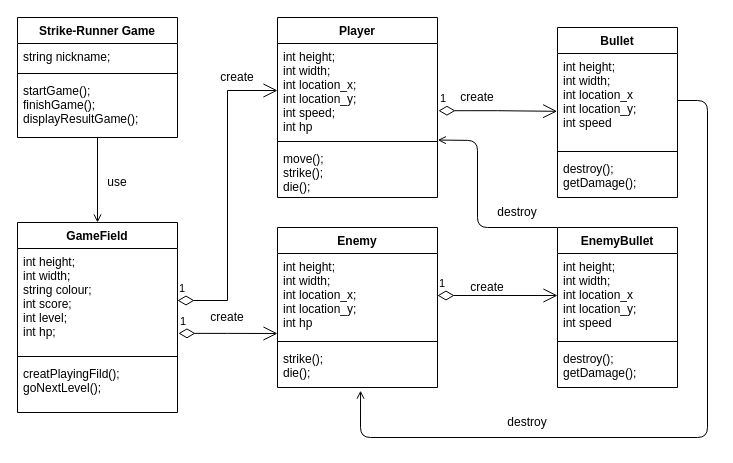
Maks151702/Kyrsach_OOP keeps this draw.io diagram as UML-diagramm.drawio. Above is the earlier version. Source tidied: cells renumbered, new cells numbered last; positions are measured from the earlier drawing's top-left corner, leaving out a move shared by most shapes. Both pictures are drawn from the tidied source at 100%, with x=0, y=0 at pixel (17, 17).
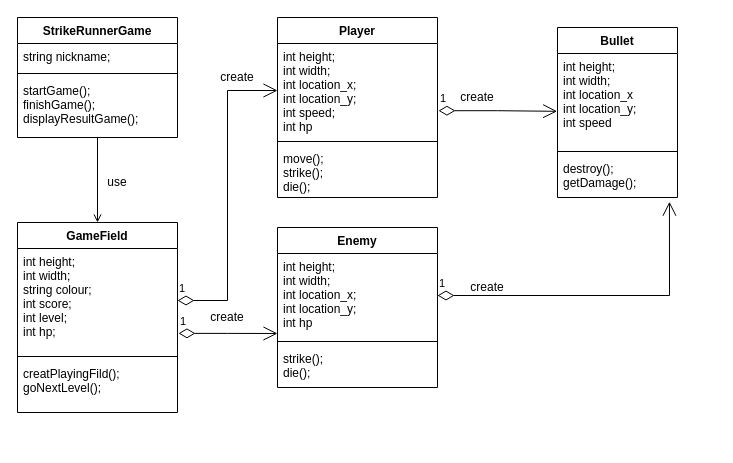
Above is the later version.

The change refers to these unchanged cells:
```xml
<mxCell id="13" value="int height;&#10;int width;&#10;int location_x;&#10;int location_y;&#10;int speed;&#10;int hp" style="text;strokeColor=none;fillColor=none;align=left;verticalAlign=top;spacingLeft=4;spacingRight=4;overflow=hidden;points=[[0,0.5],[1,0.5]];portConstraint=eastwest;" parent="12" vertex="1">
  <mxGeometry y="26" width="160" height="94" as="geometry" />
</mxCell>
<mxCell id="19" value="int height;&#10;int width; &#10;int location_x&#10;int location_y;&#10;int speed&#10;" style="text;strokeColor=none;fillColor=none;align=left;verticalAlign=top;spacingLeft=4;spacingRight=4;overflow=hidden;points=[[0,0.5],[1,0.5]];portConstraint=eastwest;" parent="18" vertex="1">
  <mxGeometry y="26" width="120" height="94" as="geometry" />
</mxCell>
<mxCell id="21" value="destroy();&#10;getDamage();" style="text;strokeColor=none;fillColor=none;align=left;verticalAlign=top;spacingLeft=4;spacingRight=4;overflow=hidden;points=[[0,0.5],[1,0.5]];portConstraint=eastwest;" parent="18" vertex="1">
  <mxGeometry y="128" width="120" height="42" as="geometry" />
</mxCell>
<mxCell id="25" value="int height;&#10;int width;&#10;int location_x;&#10;int location_y;&#10;int hp" style="text;strokeColor=none;fillColor=none;align=left;verticalAlign=top;spacingLeft=4;spacingRight=4;overflow=hidden;points=[[0,0.5],[1,0.5]];portConstraint=eastwest;" parent="24" vertex="1">
  <mxGeometry y="26" width="160" height="84" as="geometry" />
</mxCell>
<mxCell id="27" value="strike();&#10;die();" style="text;strokeColor=none;fillColor=none;align=left;verticalAlign=top;spacingLeft=4;spacingRight=4;overflow=hidden;points=[[0,0.5],[1,0.5]];portConstraint=eastwest;" parent="24" vertex="1">
  <mxGeometry y="118" width="160" height="42" as="geometry" />
</mxCell>
```

What changed in the source:
```diff
@@
-    <mxCell id="6" value="Strike-Runner Game" style="swimlane;fontStyle=1;align=center;verticalAlign=top;horizontal=1;startSize=26;" parent="1" vertex="1">
+    <mxCell id="6" value="StrikeRunnerGame" style="swimlane;fontStyle=1;align=center;verticalAlign=top;horizontal=1;startSize=26;" parent="1" vertex="1">
       <mxGeometry width="160" height="120" as="geometry" />
     </mxCell>
@@
-    <mxCell id="31" value="EnemyBullet" style="swimlane;fontStyle=1;align=center;verticalAlign=top;horizontal=1;startSize=26;" parent="1" vertex="1">
-      <mxGeometry x="540" y="210" width="120" height="160" as="geometry" />
-    </mxCell>
-    <mxCell id="32" value="int height;&#10;int width; &#10;int location_x&#10;int location_y;&#10;int speed" style="text;strokeColor=none;fillColor=none;align=left;verticalAlign=top;spacingLeft=4;spacingRight=4;overflow=hidden;points=[[0,0.5],[1,0.5]];portConstraint=eastwest;" parent="31" vertex="1">
-      <mxGeometry y="26" width="120" height="84" as="geometry" />
-    </mxCell>
-    <mxCell id="33" style="line;strokeWidth=1;fillColor=none;align=left;verticalAlign=middle;spacingTop=-1;spacingLeft=3;spacingRight=3;labelPosition=right;" parent="31" vertex="1">
-      <mxGeometry y="110" width="120" height="8" as="geometry" />
-    </mxCell>
-    <mxCell id="34" value="destroy();&#10;getDamage();" style="text;strokeColor=none;fillColor=none;align=left;verticalAlign=top;spacingLeft=4;spacingRight=4;overflow=hidden;" parent="31" vertex="1">
-      <mxGeometry y="118" width="120" height="42" as="geometry" />
-    </mxCell>
-    <mxCell id="35" value="1" style="endArrow=open;html=1;endSize=12;startArrow=diamondThin;startSize=14;startFill=0;edgeStyle=orthogonalEdgeStyle;align=left;verticalAlign=bottom;rounded=0;exitX=1;exitY=0.5;exitDx=0;exitDy=0;entryX=0;entryY=0.5;entryDx=0;entryDy=0;" parent="1" edge="1" source="25" target="32">
+    <mxCell id="35" value="1" style="endArrow=open;html=1;endSize=12;startArrow=diamondThin;startSize=14;startFill=0;edgeStyle=orthogonalEdgeStyle;align=left;verticalAlign=bottom;rounded=0;exitX=1;exitY=0.5;exitDx=0;exitDy=0;entryX=0.933;entryY=1.1;entryDx=0;entryDy=0;entryPerimeter=0;" parent="1" edge="1" source="25" target="21">
       <mxGeometry x="-1" y="3" relative="1" as="geometry">
         <Array as="points">
-          <mxPoint x="540" y="278" />
+          <mxPoint x="652" y="278" />
         </Array>
       </mxGeometry>
     </mxCell>
-    <mxCell id="36" style="endArrow=none;html=1;startArrow=open;startFill=0;exitX=1.002;exitY=1.027;exitDx=0;exitDy=0;exitPerimeter=0;" parent="1" edge="1" source="13">
-      <mxGeometry relative="1" as="geometry">
-        <mxPoint x="540" y="210" as="targetPoint" />
-        <Array as="points">
-          <mxPoint x="460" y="123" />
-          <mxPoint x="460" y="210" />
-        </Array>
-      </mxGeometry>
-    </mxCell>
-    <mxCell id="37" value="destroy" style="text;html=1;strokeColor=none;fillColor=none;align=center;verticalAlign=middle;whiteSpace=wrap;rounded=0;rotation=0;" parent="1" vertex="1">
-      <mxGeometry x="480" y="185" width="40" height="20" as="geometry" />
-    </mxCell>
-    <mxCell id="38" style="endArrow=none;html=1;startArrow=open;startFill=0;exitX=0.519;exitY=1.075;exitDx=0;exitDy=0;exitPerimeter=0;entryX=1;entryY=0.5;entryDx=0;entryDy=0;" parent="1" edge="1" source="27" target="19">
-      <mxGeometry relative="1" as="geometry">
-        <Array as="points">
-          <mxPoint x="343" y="420" />
-          <mxPoint x="690" y="420" />
-          <mxPoint x="690" y="83" />
-        </Array>
-      </mxGeometry>
-    </mxCell>
-    <mxCell id="39" value="destroy" style="text;html=1;strokeColor=none;fillColor=none;align=center;verticalAlign=middle;whiteSpace=wrap;rounded=0;rotation=0;" parent="1" vertex="1">
-      <mxGeometry x="490" y="395" width="40" height="20" as="geometry" />
-    </mxCell>
```
